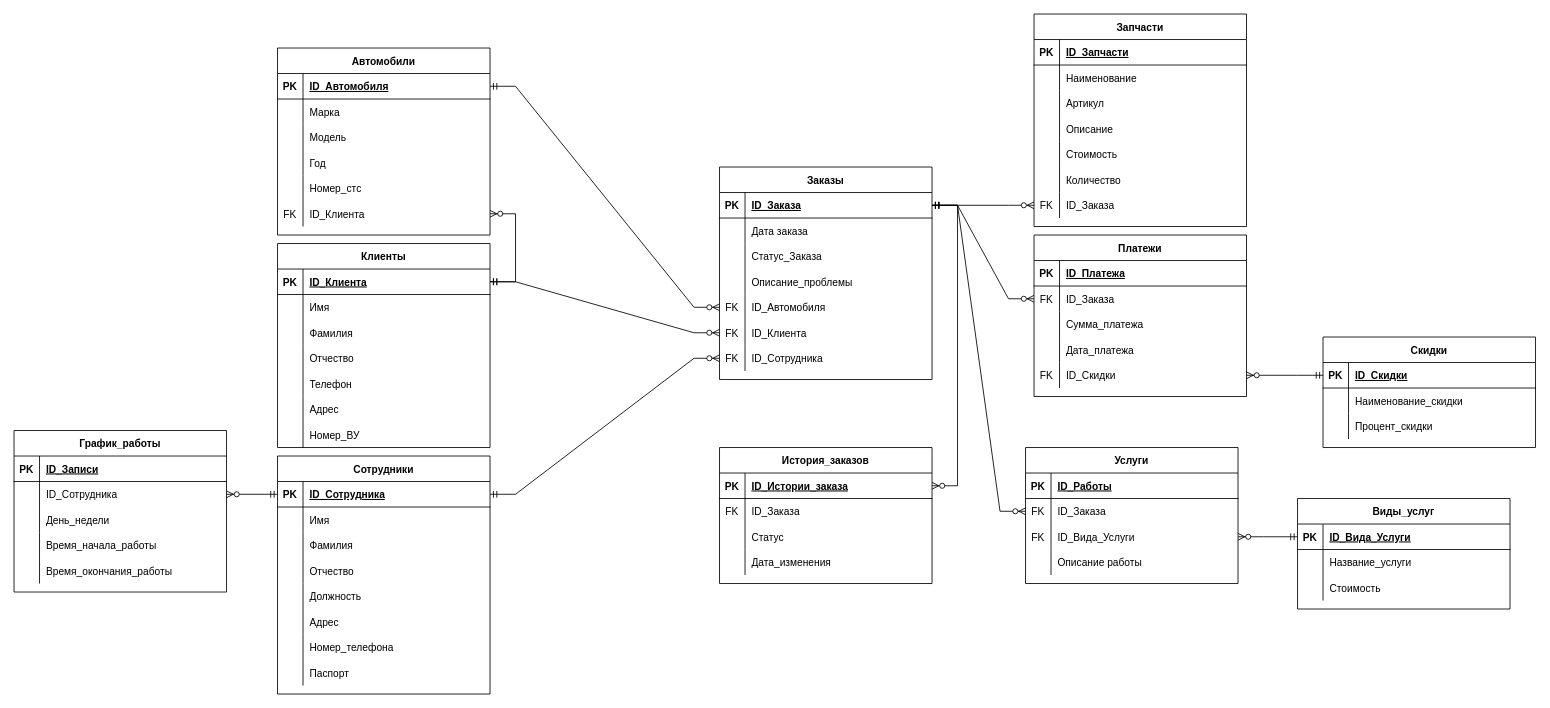
Above: bsbd-kurs.drawio in 1DeMeNToR1/D-D-Helper (draw.io), before the change. Source tidied: cells renumbered, new cells numbered last; positions are measured from the earlier drawing's top-left corner, leaving out a move shared by most shapes. Both pictures are drawn from the tidied source at 85%, with x=0, y=0 at pixel (14, 14).
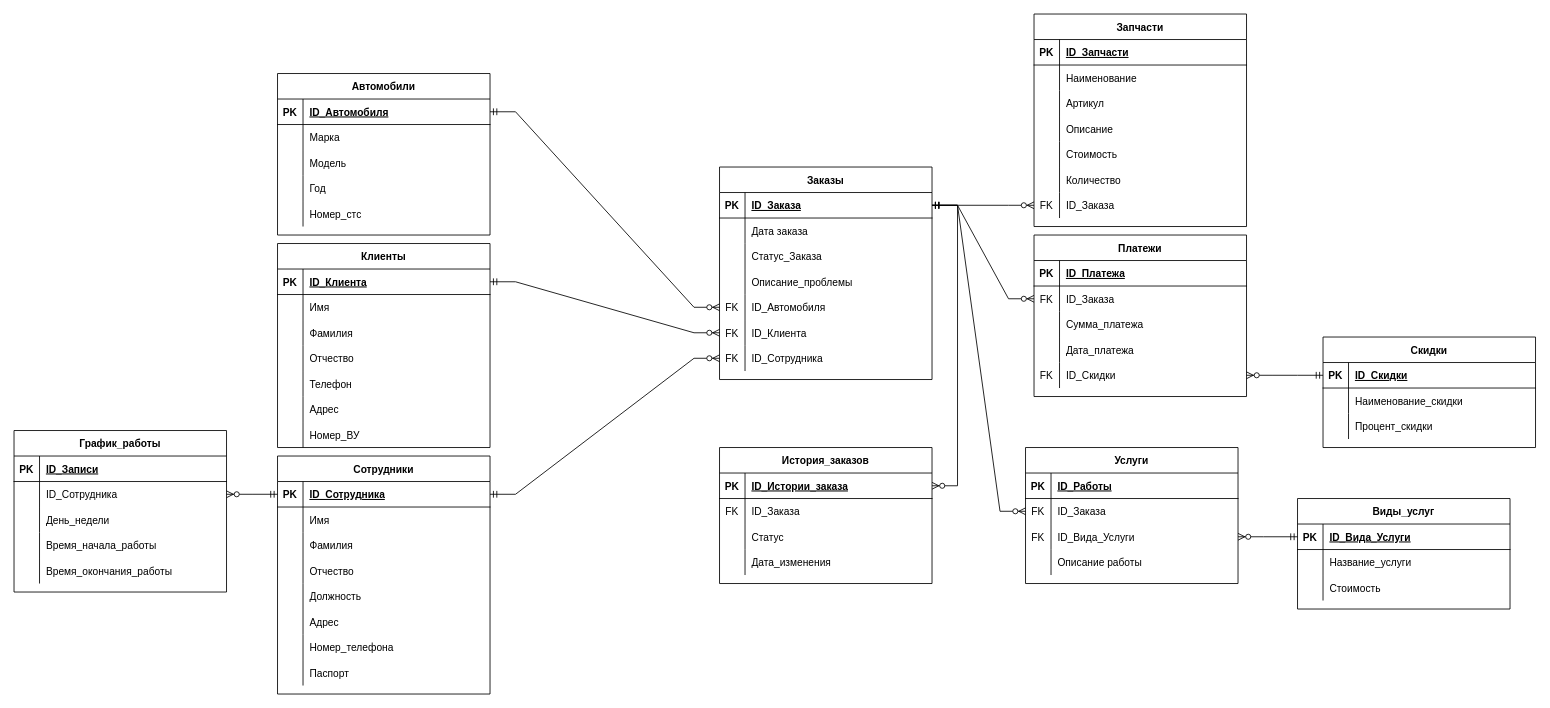
Above is the later version.

The change refers to these unchanged cells:
```xml
<mxCell id="3" style="shape=partialRectangle;fillColor=none;points=[[0,0.5],[1,0.5]];portConstraint=eastwest;top=0;left=0;right=0;bottom=1;" parent="2" vertex="1">
  <mxGeometry y="30" width="250" height="30" as="geometry" />
</mxCell>
```

What changed in the source:
```diff
@@
     <mxCell id="46" value="Автомобили" style="shape=table;startSize=30;childLayout=tableLayout;rowLines=0;fontStyle=1;align=center;" parent="1" vertex="1">
-      <mxGeometry x="310" y="40" width="250" height="220" as="geometry" />
+      <mxGeometry x="310" y="70" width="250" height="190" as="geometry" />
     </mxCell>
@@
-    <mxCell id="62" style="shape=partialRectangle;fillColor=none;points=[[0,0.5],[1,0.5]];portConstraint=eastwest;top=0;left=0;right=0;bottom=0;" parent="46" vertex="1">
-      <mxGeometry y="180" width="250" height="30" as="geometry" />
-    </mxCell>
-    <mxCell id="63" value="FK" style="shape=partialRectangle;overflow=hidden;fillColor=none;top=0;left=0;bottom=0;right=0;" parent="62" vertex="1">
-      <mxGeometry width="30" height="30" as="geometry" />
-    </mxCell>
-    <mxCell id="64" value="ID_Клиента" style="shape=partialRectangle;overflow=hidden;fillColor=none;top=0;left=0;bottom=0;right=0;align=left;spacingLeft=6;" parent="62" vertex="1">
-      <mxGeometry x="30" width="220" height="30" as="geometry" />
-    </mxCell>
@@
-    <mxCell id="191" style="edgeStyle=entityRelationEdgeStyle;fontSize=12;html=1;endArrow=ERzeroToMany;startArrow=ERmandOne;rounded=0;entryX=1;entryY=0.5;entryDx=0;entryDy=0;exitX=1;exitY=0.5;exitDx=0;exitDy=0;" parent="1" edge="1" source="3" target="62">
-      <mxGeometry relative="1" as="geometry" />
-    </mxCell>
```
